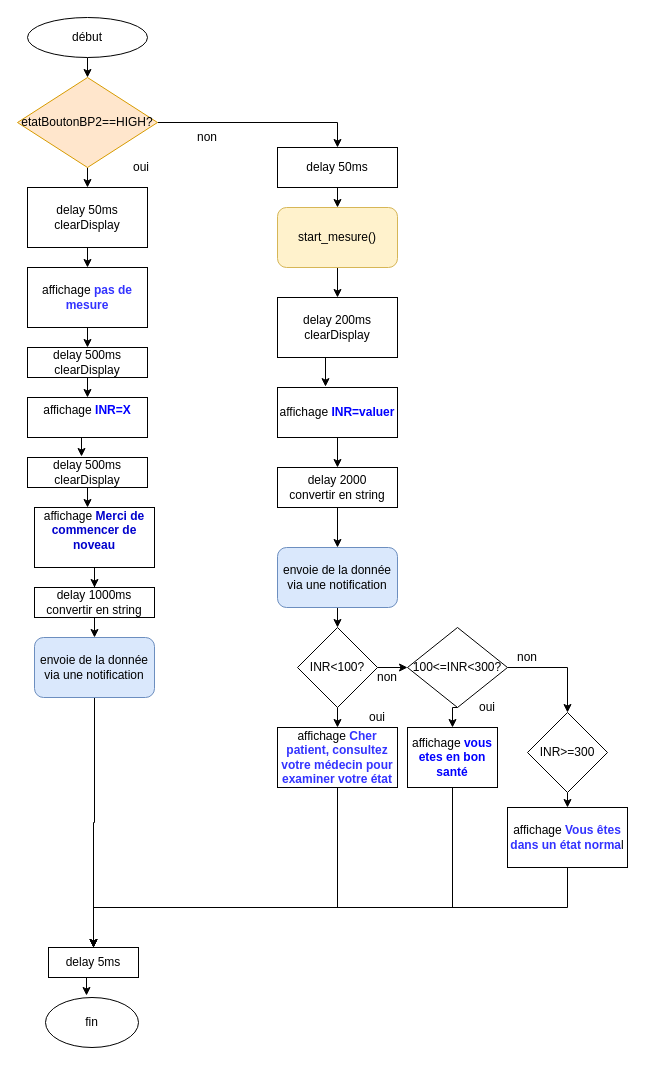
Above: page "Page-4" (4 of 5) of Untitled Diagram.drawio in tliliyounes/GeekTrainer_Python (draw.io), before the change. Source tidied: cells renumbered, new cells numbered last; positions are measured from the earlier drawing's top-left corner, leaving out a move shared by most shapes. Both pictures are drawn from the tidied source at 100%, with x=0, y=0 at pixel (17, 17).
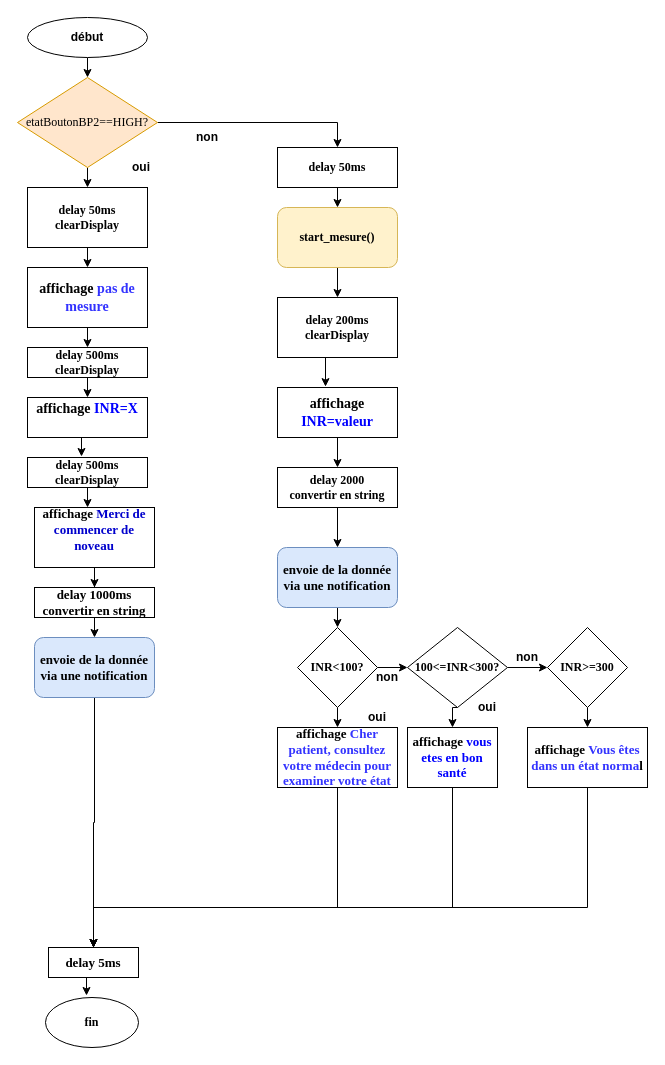
The same page after the edit.

Diff of the diagram source:
```diff
@@
-    <mxCell id="3" value="début" style="ellipse;whiteSpace=wrap;html=1;strokeColor=#000000;" parent="1" vertex="1">
+    <mxCell id="3" value="&lt;b&gt;début&lt;/b&gt;" style="ellipse;whiteSpace=wrap;html=1;strokeColor=#000000;" parent="1" vertex="1">
       <mxGeometry x="10" width="120" height="40" as="geometry" />
     </mxCell>
@@
-    <mxCell id="6" value="etatBoutonBP2==HIGH?" style="rhombus;whiteSpace=wrap;html=1;strokeColor=#d79b00;fillColor=#ffe6cc;" parent="1" vertex="1">
+    <mxCell id="6" value="&lt;font face=&quot;Times New Roman&quot;&gt;etatBoutonBP2==HIGH?&lt;/font&gt;" style="rhombus;whiteSpace=wrap;html=1;strokeColor=#d79b00;fillColor=#ffe6cc;" parent="1" vertex="1">
       <mxGeometry y="60" width="140" height="90" as="geometry" />
     </mxCell>
-    <mxCell id="7" value="oui" style="text;html=1;strokeColor=none;fillColor=none;align=center;verticalAlign=middle;whiteSpace=wrap;rounded=0;" parent="1" vertex="1">
+    <mxCell id="7" value="&lt;b&gt;oui&lt;/b&gt;" style="text;html=1;strokeColor=none;fillColor=none;align=center;verticalAlign=middle;whiteSpace=wrap;rounded=0;" parent="1" vertex="1">
       <mxGeometry x="104" y="140" width="40" height="20" as="geometry" />
     </mxCell>
-    <mxCell id="8" value="non" style="text;html=1;strokeColor=none;fillColor=none;align=center;verticalAlign=middle;whiteSpace=wrap;rounded=0;" parent="1" vertex="1">
+    <mxCell id="8" value="&lt;b&gt;non&lt;/b&gt;" style="text;html=1;strokeColor=none;fillColor=none;align=center;verticalAlign=middle;whiteSpace=wrap;rounded=0;" parent="1" vertex="1">
       <mxGeometry x="170" y="110" width="40" height="20" as="geometry" />
     </mxCell>
@@
-    <mxCell id="10" value="delay 50ms&lt;br&gt;clearDisplay" style="rounded=0;whiteSpace=wrap;html=1;strokeColor=#000000;" parent="1" vertex="1">
+    <mxCell id="10" value="&lt;b&gt;&lt;font face=&quot;Times New Roman&quot;&gt;delay 50ms&lt;br&gt;clearDisplay&lt;/font&gt;&lt;/b&gt;" style="rounded=0;whiteSpace=wrap;html=1;strokeColor=#000000;" parent="1" vertex="1">
       <mxGeometry x="10" y="170" width="120" height="60" as="geometry" />
     </mxCell>
@@
-    <mxCell id="12" value="affichage &lt;b style=&quot;color: rgb(51 , 51 , 255)&quot;&gt;pas de mesure&lt;/b&gt;&lt;br&gt;" style="rounded=0;whiteSpace=wrap;html=1;strokeColor=#000000;" parent="1" vertex="1">
+    <mxCell id="12" value="&lt;b style=&quot;font-size: 14px&quot;&gt;&lt;font face=&quot;Times New Roman&quot; style=&quot;font-size: 14px&quot;&gt;affichage &lt;span style=&quot;color: rgb(51 , 51 , 255)&quot;&gt;pas de mesure&lt;/span&gt;&lt;/font&gt;&lt;/b&gt;" style="rounded=0;whiteSpace=wrap;html=1;strokeColor=#000000;" parent="1" vertex="1">
       <mxGeometry x="10" y="250" width="120" height="60" as="geometry" />
     </mxCell>
@@
-    <mxCell id="14" value="delay 500ms&lt;br&gt;clearDisplay" style="rounded=0;whiteSpace=wrap;html=1;strokeColor=#000000;" parent="1" vertex="1">
+    <mxCell id="14" value="&lt;b&gt;&lt;font face=&quot;Times New Roman&quot;&gt;delay 500ms&lt;br&gt;clearDisplay&lt;/font&gt;&lt;/b&gt;" style="rounded=0;whiteSpace=wrap;html=1;strokeColor=#000000;" parent="1" vertex="1">
       <mxGeometry x="10" y="330" width="120" height="30" as="geometry" />
     </mxCell>
@@
-    <mxCell id="16" value="affichage &lt;font&gt;&lt;font color=&quot;#0000ff&quot;&gt;&lt;b&gt;INR=X&lt;/b&gt;&lt;/font&gt;&lt;br&gt;&lt;br&gt;&lt;/font&gt;" style="rounded=0;whiteSpace=wrap;html=1;strokeColor=#000000;" parent="1" vertex="1">
+    <mxCell id="16" value="&lt;b style=&quot;font-size: 14px&quot;&gt;&lt;font face=&quot;Times New Roman&quot; style=&quot;font-size: 14px&quot;&gt;affichage &lt;/font&gt;&lt;/b&gt;&lt;font style=&quot;font-size: 14px&quot;&gt;&lt;b&gt;&lt;font face=&quot;Times New Roman&quot; style=&quot;font-size: 14px&quot;&gt;&lt;font color=&quot;#0000ff&quot; style=&quot;font-size: 14px&quot;&gt;INR=X&lt;/font&gt;&lt;br&gt;&lt;/font&gt;&lt;/b&gt;&lt;br&gt;&lt;/font&gt;" style="rounded=0;whiteSpace=wrap;html=1;strokeColor=#000000;" parent="1" vertex="1">
       <mxGeometry x="10" y="380" width="120" height="40" as="geometry" />
     </mxCell>
@@
-    <mxCell id="18" value="delay 500ms&lt;br&gt;clearDisplay" style="rounded=0;whiteSpace=wrap;html=1;strokeColor=#000000;" parent="1" vertex="1">
+    <mxCell id="18" value="&lt;b&gt;&lt;font face=&quot;Times New Roman&quot;&gt;delay 500ms&lt;br&gt;clearDisplay&lt;/font&gt;&lt;/b&gt;" style="rounded=0;whiteSpace=wrap;html=1;strokeColor=#000000;" parent="1" vertex="1">
       <mxGeometry x="10" y="440" width="120" height="30" as="geometry" />
     </mxCell>
@@
-    <mxCell id="20" value="affichage&amp;nbsp;&lt;b&gt;&lt;font color=&quot;#0000cc&quot;&gt;Merci de commencer de noveau&lt;br&gt;&lt;br&gt;&lt;/font&gt;&lt;/b&gt;" style="rounded=0;whiteSpace=wrap;html=1;strokeColor=#000000;" parent="1" vertex="1">
+    <mxCell id="20" value="&lt;b style=&quot;font-size: 13px&quot;&gt;&lt;font face=&quot;Times New Roman&quot; style=&quot;font-size: 13px&quot;&gt;affichage&amp;nbsp;&lt;/font&gt;&lt;font color=&quot;#0000cc&quot; style=&quot;font-size: 13px&quot;&gt;&lt;font face=&quot;Times New Roman&quot; style=&quot;font-size: 13px&quot;&gt;Merci de commencer de noveau&lt;br&gt;&lt;/font&gt;&lt;br&gt;&lt;/font&gt;&lt;/b&gt;" style="rounded=0;whiteSpace=wrap;html=1;strokeColor=#000000;" parent="1" vertex="1">
       <mxGeometry x="17" y="490" width="120" height="60" as="geometry" />
     </mxCell>
@@
-    <mxCell id="22" value="delay 1000ms&lt;br&gt;convertir en string" style="rounded=0;whiteSpace=wrap;html=1;strokeColor=#000000;" parent="1" vertex="1">
+    <mxCell id="22" value="&lt;b style=&quot;font-size: 13px&quot;&gt;&lt;font face=&quot;Times New Roman&quot; style=&quot;font-size: 13px&quot;&gt;delay 1000ms&lt;br&gt;convertir en string&lt;/font&gt;&lt;/b&gt;" style="rounded=0;whiteSpace=wrap;html=1;strokeColor=#000000;" parent="1" vertex="1">
       <mxGeometry x="17" y="570" width="120" height="30" as="geometry" />
     </mxCell>
@@
-    <mxCell id="24" value="envoie de la donnée via une notification" style="rounded=1;whiteSpace=wrap;html=1;strokeColor=#6c8ebf;fillColor=#dae8fc;" parent="1" vertex="1">
+    <mxCell id="24" value="&lt;b&gt;&lt;font style=&quot;font-size: 13px&quot; face=&quot;Times New Roman&quot;&gt;envoie de la donnée via une notification&lt;/font&gt;&lt;/b&gt;" style="rounded=1;whiteSpace=wrap;html=1;strokeColor=#6c8ebf;fillColor=#dae8fc;" parent="1" vertex="1">
       <mxGeometry x="17" y="620" width="120" height="60" as="geometry" />
     </mxCell>
-    <mxCell id="25" value="fin" style="ellipse;whiteSpace=wrap;html=1;strokeColor=#000000;" parent="1" vertex="1">
+    <mxCell id="25" value="&lt;b&gt;&lt;font face=&quot;Times New Roman&quot;&gt;fin&lt;/font&gt;&lt;/b&gt;" style="ellipse;whiteSpace=wrap;html=1;strokeColor=#000000;" parent="1" vertex="1">
       <mxGeometry x="28" y="980" width="93" height="50" as="geometry" />
     </mxCell>
@@
-    <mxCell id="27" value="delay 50ms&lt;br&gt;" style="rounded=0;whiteSpace=wrap;html=1;strokeColor=#000000;" parent="1" vertex="1">
+    <mxCell id="27" value="&lt;b&gt;&lt;font face=&quot;Times New Roman&quot;&gt;delay 50ms&lt;/font&gt;&lt;/b&gt;" style="rounded=0;whiteSpace=wrap;html=1;strokeColor=#000000;" parent="1" vertex="1">
       <mxGeometry x="260" y="130" width="120" height="40" as="geometry" />
     </mxCell>
@@
-    <mxCell id="29" value="start_mesure()" style="rounded=1;whiteSpace=wrap;html=1;strokeColor=#d6b656;fillColor=#fff2cc;" parent="1" vertex="1">
+    <mxCell id="29" value="&lt;b&gt;&lt;font face=&quot;Times New Roman&quot;&gt;start_mesure()&lt;/font&gt;&lt;/b&gt;" style="rounded=1;whiteSpace=wrap;html=1;strokeColor=#d6b656;fillColor=#fff2cc;" parent="1" vertex="1">
       <mxGeometry x="260" y="190" width="120" height="60" as="geometry" />
     </mxCell>
@@
-    <mxCell id="31" value="delay 200ms&lt;br&gt;clearDisplay" style="rounded=0;whiteSpace=wrap;html=1;strokeColor=#000000;" parent="1" vertex="1">
+    <mxCell id="31" value="&lt;b&gt;&lt;font face=&quot;Times New Roman&quot;&gt;delay 200ms&lt;br&gt;clearDisplay&lt;/font&gt;&lt;/b&gt;" style="rounded=0;whiteSpace=wrap;html=1;strokeColor=#000000;" parent="1" vertex="1">
       <mxGeometry x="260" y="280" width="120" height="60" as="geometry" />
     </mxCell>
@@
-    <mxCell id="33" value="affichage &lt;b&gt;&lt;font color=&quot;#0000ff&quot;&gt;INR=valuer&lt;/font&gt;&lt;/b&gt;" style="rounded=0;whiteSpace=wrap;html=1;strokeColor=#000000;" parent="1" vertex="1">
+    <mxCell id="33" value="&lt;b style=&quot;font-size: 14px&quot;&gt;&lt;font face=&quot;Times New Roman&quot; style=&quot;font-size: 14px&quot;&gt;affichage &lt;font color=&quot;#0000ff&quot; style=&quot;font-size: 14px&quot;&gt;INR=valeur&lt;/font&gt;&lt;/font&gt;&lt;/b&gt;" style="rounded=0;whiteSpace=wrap;html=1;strokeColor=#000000;" parent="1" vertex="1">
       <mxGeometry x="260" y="370" width="120" height="50" as="geometry" />
     </mxCell>
@@
-    <mxCell id="35" value="delay 2000&lt;br&gt;convertir en string" style="rounded=0;whiteSpace=wrap;html=1;strokeColor=#000000;" parent="1" vertex="1">
+    <mxCell id="35" value="&lt;b&gt;&lt;font face=&quot;Times New Roman&quot;&gt;delay 2000&lt;br&gt;convertir en string&lt;/font&gt;&lt;/b&gt;" style="rounded=0;whiteSpace=wrap;html=1;strokeColor=#000000;" parent="1" vertex="1">
       <mxGeometry x="260" y="450" width="120" height="40" as="geometry" />
     </mxCell>
@@
-    <mxCell id="37" value="&lt;span&gt;envoie de la donnée via une notification&lt;/span&gt;" style="rounded=1;whiteSpace=wrap;html=1;strokeColor=#6c8ebf;fillColor=#dae8fc;" parent="1" vertex="1">
+    <mxCell id="37" value="&lt;span&gt;&lt;b&gt;&lt;font face=&quot;Times New Roman&quot; style=&quot;font-size: 13px&quot;&gt;envoie de la donnée via une notification&lt;/font&gt;&lt;/b&gt;&lt;/span&gt;" style="rounded=1;whiteSpace=wrap;html=1;strokeColor=#6c8ebf;fillColor=#dae8fc;" parent="1" vertex="1">
       <mxGeometry x="260" y="530" width="120" height="60" as="geometry" />
     </mxCell>
@@
-    <mxCell id="40" value="INR&amp;lt;100?" style="rhombus;whiteSpace=wrap;html=1;strokeColor=#000000;" parent="1" vertex="1">
+    <mxCell id="40" value="&lt;b&gt;&lt;font face=&quot;Times New Roman&quot;&gt;INR&amp;lt;100?&lt;/font&gt;&lt;/b&gt;" style="rhombus;whiteSpace=wrap;html=1;strokeColor=#000000;" parent="1" vertex="1">
       <mxGeometry x="280" y="610" width="80" height="80" as="geometry" />
     </mxCell>
@@
-    <mxCell id="42" value="affichage&amp;nbsp;&lt;b&gt;&lt;font color=&quot;#3333ff&quot;&gt;Cher patient, consultez votre médecin pour examiner votre état&lt;/font&gt;&lt;/b&gt;" style="rounded=0;whiteSpace=wrap;html=1;strokeColor=#000000;" parent="1" vertex="1">
+    <mxCell id="42" value="&lt;b style=&quot;font-size: 13px&quot;&gt;&lt;font face=&quot;Times New Roman&quot; style=&quot;font-size: 13px&quot;&gt;affichage&amp;nbsp;&lt;font color=&quot;#3333ff&quot; style=&quot;font-size: 13px&quot;&gt;Cher patient, consultez votre médecin pour examiner votre état&lt;/font&gt;&lt;/font&gt;&lt;/b&gt;" style="rounded=0;whiteSpace=wrap;html=1;strokeColor=#000000;" parent="1" vertex="1">
       <mxGeometry x="260" y="710" width="120" height="60" as="geometry" />
     </mxCell>
-    <mxCell id="43" value="oui" style="text;html=1;strokeColor=none;fillColor=none;align=center;verticalAlign=middle;whiteSpace=wrap;rounded=0;" parent="1" vertex="1">
+    <mxCell id="43" value="&lt;b&gt;oui&lt;/b&gt;" style="text;html=1;strokeColor=none;fillColor=none;align=center;verticalAlign=middle;whiteSpace=wrap;rounded=0;" parent="1" vertex="1">
       <mxGeometry x="340" y="690" width="40" height="20" as="geometry" />
     </mxCell>
-    <mxCell id="44" value="non" style="text;html=1;strokeColor=none;fillColor=none;align=center;verticalAlign=middle;whiteSpace=wrap;rounded=0;" parent="1" vertex="1">
+    <mxCell id="44" value="&lt;b&gt;non&lt;/b&gt;" style="text;html=1;strokeColor=none;fillColor=none;align=center;verticalAlign=middle;whiteSpace=wrap;rounded=0;" parent="1" vertex="1">
       <mxGeometry x="350" y="650" width="40" height="20" as="geometry" />
     </mxCell>
@@
-    <mxCell id="47" value="100&amp;lt;=INR&amp;lt;300?" style="rhombus;whiteSpace=wrap;html=1;strokeColor=#000000;" parent="1" vertex="1">
+    <mxCell id="47" value="&lt;b&gt;&lt;font face=&quot;Times New Roman&quot;&gt;100&amp;lt;=INR&amp;lt;300?&lt;/font&gt;&lt;/b&gt;" style="rhombus;whiteSpace=wrap;html=1;strokeColor=#000000;" parent="1" vertex="1">
       <mxGeometry x="390" y="610" width="100" height="80" as="geometry" />
     </mxCell>
@@
-    <mxCell id="49" value="affichage&amp;nbsp;&lt;b&gt;&lt;font color=&quot;#0000ff&quot;&gt;vous etes en bon santé&lt;/font&gt;&lt;/b&gt;" style="rounded=0;whiteSpace=wrap;html=1;strokeColor=#000000;" parent="1" vertex="1">
+    <mxCell id="49" value="&lt;b style=&quot;font-size: 13px&quot;&gt;&lt;font face=&quot;Times New Roman&quot;&gt;affichage&amp;nbsp;&lt;font color=&quot;#0000ff&quot; style=&quot;font-size: 13px&quot;&gt;vous etes en bon santé&lt;/font&gt;&lt;/font&gt;&lt;/b&gt;" style="rounded=0;whiteSpace=wrap;html=1;strokeColor=#000000;" parent="1" vertex="1">
       <mxGeometry x="390" y="710" width="90" height="60" as="geometry" />
     </mxCell>
-    <mxCell id="50" value="oui" style="text;html=1;strokeColor=none;fillColor=none;align=center;verticalAlign=middle;whiteSpace=wrap;rounded=0;" parent="1" vertex="1">
+    <mxCell id="50" value="&lt;b&gt;oui&lt;/b&gt;" style="text;html=1;strokeColor=none;fillColor=none;align=center;verticalAlign=middle;whiteSpace=wrap;rounded=0;" parent="1" vertex="1">
       <mxGeometry x="450" y="680" width="40" height="20" as="geometry" />
     </mxCell>
@@
-    <mxCell id="52" value="INR&amp;gt;=300" style="rhombus;whiteSpace=wrap;html=1;strokeColor=#000000;" parent="1" vertex="1">
-      <mxGeometry x="510" y="695" width="80" height="80" as="geometry" />
+    <mxCell id="52" value="&lt;b&gt;&lt;font face=&quot;Times New Roman&quot;&gt;INR&amp;gt;=300&lt;/font&gt;&lt;/b&gt;" style="rhombus;whiteSpace=wrap;html=1;strokeColor=#000000;" parent="1" vertex="1">
+      <mxGeometry x="530" y="610" width="80" height="80" as="geometry" />
     </mxCell>
-    <mxCell id="53" value="non" style="text;html=1;strokeColor=none;fillColor=none;align=center;verticalAlign=middle;whiteSpace=wrap;rounded=0;" parent="1" vertex="1">
+    <mxCell id="53" value="&lt;b&gt;non&lt;/b&gt;" style="text;html=1;strokeColor=none;fillColor=none;align=center;verticalAlign=middle;whiteSpace=wrap;rounded=0;" parent="1" vertex="1">
       <mxGeometry x="490" y="630" width="40" height="20" as="geometry" />
     </mxCell>
     <mxCell id="54" style="edgeStyle=orthogonalEdgeStyle;rounded=0;jettySize=auto;html=1;exitX=0.5;exitY=1;exitDx=0;exitDy=0;entryX=0.5;entryY=0;entryDx=0;entryDy=0;" parent="1" edge="1" source="55" target="57">
-      <mxGeometry relative="1" as="geometry" />
+      <mxGeometry relative="1" as="geometry">
+        <Array as="points">
+          <mxPoint x="570" y="890" />
+          <mxPoint x="76" y="890" />
+        </Array>
+      </mxGeometry>
     </mxCell>
-    <mxCell id="55" value="affichage&amp;nbsp;&lt;b&gt;&lt;font color=&quot;#3333ff&quot;&gt;Vous êtes dans un état norma&lt;/font&gt;&lt;/b&gt;l" style="rounded=0;whiteSpace=wrap;html=1;strokeColor=#000000;" parent="1" vertex="1">
-      <mxGeometry x="490" y="790" width="120" height="60" as="geometry" />
+    <mxCell id="55" value="&lt;b style=&quot;font-size: 13px&quot;&gt;&lt;font face=&quot;Times New Roman&quot; style=&quot;font-size: 13px&quot;&gt;affichage&amp;nbsp;&lt;font color=&quot;#3333ff&quot; style=&quot;font-size: 13px&quot;&gt;Vous êtes dans un état norma&lt;/font&gt;l&lt;/font&gt;&lt;/b&gt;" style="rounded=0;whiteSpace=wrap;html=1;strokeColor=#000000;" parent="1" vertex="1">
+      <mxGeometry x="510" y="710" width="120" height="60" as="geometry" />
     </mxCell>
@@
-    <mxCell id="57" value="delay 5ms" style="rounded=0;whiteSpace=wrap;html=1;strokeColor=#000000;" parent="1" vertex="1">
+    <mxCell id="57" value="&lt;b&gt;&lt;font face=&quot;Times New Roman&quot; style=&quot;font-size: 13px&quot;&gt;delay 5ms&lt;/font&gt;&lt;/b&gt;" style="rounded=0;whiteSpace=wrap;html=1;strokeColor=#000000;" parent="1" vertex="1">
       <mxGeometry x="31" y="930" width="90" height="30" as="geometry" />
     </mxCell>
```
